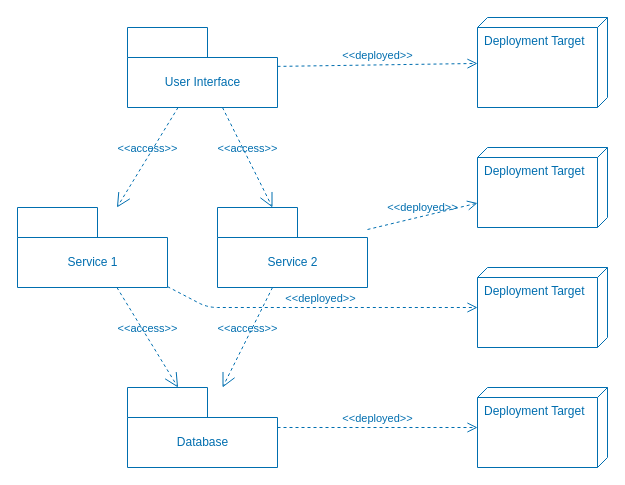
Before: diagrams/Architecture_Service_Based.drawio in ucudal/ANDIS_Conceptos, a draw.io diagram. Source tidied: cells renumbered, new cells numbered last; positions are measured from the earlier drawing's top-left corner, leaving out a move shared by most shapes. Both pictures are drawn from the tidied source at 100%, with x=0, y=0 at pixel (17, 17).
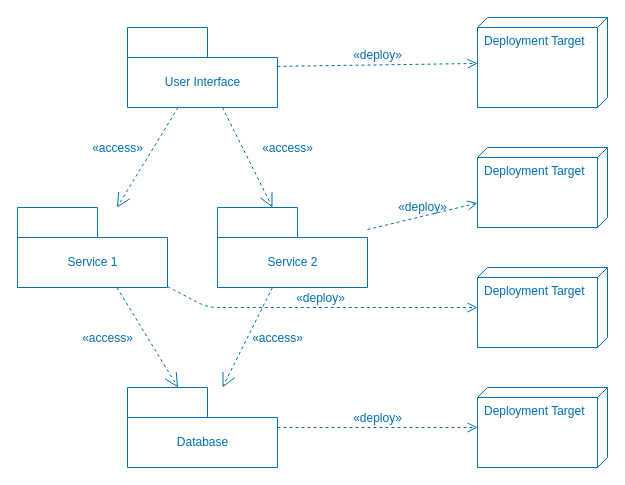
After the change.

The edit, as a diff of the source:
```diff
@@
 <mxGraphModel>
   <root>
     <mxCell id="0" />
     <mxCell id="1" parent="0" />
     <mxCell id="2" value="User Interface" style="shape=folder;fontStyle=0;tabWidth=80;tabHeight=30;tabPosition=left;html=1;boundedLbl=1;fillColor=none;fontColor=#006EAF;strokeColor=#006EAF;" parent="1" vertex="1">
       <mxGeometry x="110" y="10" width="150" height="80" as="geometry" />
     </mxCell>
     <mxCell id="3" value="Service 1" style="shape=folder;fontStyle=0;tabWidth=80;tabHeight=30;tabPosition=left;html=1;boundedLbl=1;fillColor=none;fontColor=#006EAF;strokeColor=#006EAF;" parent="1" vertex="1">
       <mxGeometry y="190" width="150" height="80" as="geometry" />
     </mxCell>
     <mxCell id="4" value="Service 2" style="shape=folder;fontStyle=0;tabWidth=80;tabHeight=30;tabPosition=left;html=1;boundedLbl=1;fillColor=none;fontColor=#006EAF;strokeColor=#006EAF;" parent="1" vertex="1">
       <mxGeometry x="200" y="190" width="150" height="80" as="geometry" />
     </mxCell>
     <mxCell id="5" value="Database" style="shape=folder;fontStyle=0;tabWidth=80;tabHeight=30;tabPosition=left;html=1;boundedLbl=1;fillColor=none;fontColor=#006EAF;strokeColor=#006EAF;" parent="1" vertex="1">
       <mxGeometry x="110" y="370" width="150" height="80" as="geometry" />
     </mxCell>
-    <mxCell id="6" value="&amp;lt;&amp;lt;access&amp;gt;&amp;gt;" style="edgeStyle=none;html=1;endArrow=open;endSize=12;dashed=1;verticalAlign=bottom;fontColor=#006EAF;fillColor=#1ba1e2;strokeColor=#006EAF;labelBackgroundColor=none;" parent="1" edge="1" source="2" target="3">
-      <mxGeometry relative="1" as="geometry" />
+    <mxCell id="6" value="&lt;span style=&quot;font-size: 12px;&quot;&gt;«access»&lt;/span&gt;" style="edgeStyle=none;html=1;endArrow=open;endSize=12;dashed=1;verticalAlign=bottom;fontColor=#006EAF;fillColor=#1ba1e2;strokeColor=#006EAF;labelBackgroundColor=none;" parent="1" edge="1" source="2" target="3">
+      <mxGeometry x="0.27" y="-26" relative="1" as="geometry" />
     </mxCell>
-    <mxCell id="7" value="&amp;lt;&amp;lt;access&amp;gt;&amp;gt;" style="edgeStyle=none;html=1;endArrow=open;endSize=12;dashed=1;verticalAlign=bottom;fontColor=#006EAF;fillColor=#1ba1e2;strokeColor=#006EAF;labelBackgroundColor=none;" parent="1" edge="1" source="3" target="5">
-      <mxGeometry relative="1" as="geometry" />
+    <mxCell id="7" value="&lt;span style=&quot;font-size: 12px;&quot;&gt;«access»&lt;/span&gt;" style="edgeStyle=none;html=1;endArrow=open;endSize=12;dashed=1;verticalAlign=bottom;fontColor=#006EAF;fillColor=#1ba1e2;strokeColor=#006EAF;labelBackgroundColor=none;" parent="1" edge="1" source="3" target="5">
+      <mxGeometry x="-0.21" y="-39" relative="1" as="geometry" />
     </mxCell>
-    <mxCell id="8" value="&amp;lt;&amp;lt;access&amp;gt;&amp;gt;" style="edgeStyle=none;html=1;endArrow=open;endSize=12;dashed=1;verticalAlign=bottom;fontColor=#006EAF;fillColor=#1ba1e2;strokeColor=#006EAF;labelBackgroundColor=none;" parent="1" edge="1" source="4" target="5">
-      <mxGeometry relative="1" as="geometry" />
+    <mxCell id="8" value="&lt;span style=&quot;font-size: 12px;&quot;&gt;«access»&lt;/span&gt;" style="edgeStyle=none;html=1;endArrow=open;endSize=12;dashed=1;verticalAlign=bottom;fontColor=#006EAF;fillColor=#1ba1e2;strokeColor=#006EAF;labelBackgroundColor=none;" parent="1" edge="1" source="4" target="5">
+      <mxGeometry x="-0.08" y="31" relative="1" as="geometry">
+        <mxPoint y="1" as="offset" />
+      </mxGeometry>
     </mxCell>
     <mxCell id="9" value="Deployment Target" style="verticalAlign=top;align=left;shape=cube;size=10;direction=south;fontStyle=0;html=1;boundedLbl=1;spacingLeft=5;fontColor=#006EAF;fillColor=none;strokeColor=#006EAF;" parent="1" vertex="1">
       <mxGeometry x="460" width="130" height="90" as="geometry" />
     </mxCell>
-    <mxCell id="10" value="&amp;lt;&amp;lt;deployed&amp;gt;&amp;gt;" style="endArrow=open;startArrow=none;endFill=0;startFill=0;endSize=8;html=1;verticalAlign=bottom;dashed=1;labelBackgroundColor=none;fontColor=#006EAF;fillColor=#1ba1e2;strokeColor=#006EAF;" parent="1" edge="1" source="2" target="9">
+    <mxCell id="10" value="&lt;span style=&quot;font-size: 12px;&quot;&gt;«deploy»&lt;/span&gt;" style="endArrow=open;startArrow=none;endFill=0;startFill=0;endSize=8;html=1;verticalAlign=bottom;dashed=1;labelBackgroundColor=none;fontColor=#006EAF;fillColor=#1ba1e2;strokeColor=#006EAF;" parent="1" edge="1" source="2" target="9">
       <mxGeometry relative="1" as="geometry" />
     </mxCell>
-    <mxCell id="11" value="&amp;lt;&amp;lt;deployed&amp;gt;&amp;gt;" style="endArrow=open;startArrow=none;endFill=0;startFill=0;endSize=8;html=1;verticalAlign=bottom;dashed=1;labelBackgroundColor=none;fontColor=#006EAF;fillColor=#1ba1e2;strokeColor=#006EAF;" parent="1" edge="1" source="3" target="13">
+    <mxCell id="11" value="&lt;span style=&quot;font-size: 12px;&quot;&gt;«deploy»&lt;/span&gt;" style="endArrow=open;startArrow=none;endFill=0;startFill=0;endSize=8;html=1;verticalAlign=bottom;dashed=1;labelBackgroundColor=none;fontColor=#006EAF;fillColor=#1ba1e2;strokeColor=#006EAF;" parent="1" edge="1" source="3" target="13">
       <mxGeometry relative="1" as="geometry">
         <Array as="points">
           <mxPoint x="190" y="290" />
         </Array>
       </mxGeometry>
     </mxCell>
-    <mxCell id="12" value="&amp;lt;&amp;lt;deployed&amp;gt;&amp;gt;" style="endArrow=open;startArrow=none;endFill=0;startFill=0;endSize=8;html=1;verticalAlign=bottom;dashed=1;labelBackgroundColor=none;fontColor=#006EAF;fillColor=#1ba1e2;strokeColor=#006EAF;" parent="1" edge="1" source="4" target="17">
+    <mxCell id="12" value="&lt;span style=&quot;font-size: 12px;&quot;&gt;«deploy»&lt;/span&gt;" style="endArrow=open;startArrow=none;endFill=0;startFill=0;endSize=8;html=1;verticalAlign=bottom;dashed=1;labelBackgroundColor=none;fontColor=#006EAF;fillColor=#1ba1e2;strokeColor=#006EAF;" parent="1" edge="1" source="4" target="17">
       <mxGeometry relative="1" as="geometry" />
     </mxCell>
     <mxCell id="13" value="Deployment Target" style="verticalAlign=top;align=left;shape=cube;size=10;direction=south;fontStyle=0;html=1;boundedLbl=1;spacingLeft=5;fontColor=#006EAF;fillColor=none;strokeColor=#006EAF;" parent="1" vertex="1">
       <mxGeometry x="460" y="250" width="130" height="80" as="geometry" />
     </mxCell>
     <mxCell id="14" value="Deployment Target" style="verticalAlign=top;align=left;shape=cube;size=10;direction=south;fontStyle=0;html=1;boundedLbl=1;spacingLeft=5;fontColor=#006EAF;fillColor=none;strokeColor=#006EAF;" parent="1" vertex="1">
       <mxGeometry x="460" y="370" width="130" height="80" as="geometry" />
     </mxCell>
-    <mxCell id="15" value="&amp;lt;&amp;lt;access&amp;gt;&amp;gt;" style="edgeStyle=none;html=1;endArrow=open;endSize=12;dashed=1;verticalAlign=bottom;fontColor=#006EAF;fillColor=#1ba1e2;strokeColor=#006EAF;labelBackgroundColor=none;" parent="1" edge="1" source="2" target="4">
-      <mxGeometry relative="1" as="geometry" />
+    <mxCell id="15" value="&lt;span style=&quot;font-size: 12px;&quot;&gt;«access»&lt;/span&gt;" style="edgeStyle=none;html=1;endArrow=open;endSize=12;dashed=1;verticalAlign=bottom;fontColor=#006EAF;fillColor=#1ba1e2;strokeColor=#006EAF;labelBackgroundColor=none;" parent="1" edge="1" source="2" target="4">
+      <mxGeometry x="0.32" y="36" relative="1" as="geometry" />
     </mxCell>
-    <mxCell id="16" value="&amp;lt;&amp;lt;deployed&amp;gt;&amp;gt;" style="endArrow=open;startArrow=none;endFill=0;startFill=0;endSize=8;html=1;verticalAlign=bottom;dashed=1;labelBackgroundColor=none;fontColor=#006EAF;fillColor=#1ba1e2;strokeColor=#006EAF;" parent="1" edge="1" source="5" target="14">
+    <mxCell id="16" value="&lt;span style=&quot;font-size: 12px;&quot;&gt;«deploy»&lt;/span&gt;" style="endArrow=open;startArrow=none;endFill=0;startFill=0;endSize=8;html=1;verticalAlign=bottom;dashed=1;labelBackgroundColor=none;fontColor=#006EAF;fillColor=#1ba1e2;strokeColor=#006EAF;" parent="1" edge="1" source="5" target="14">
       <mxGeometry relative="1" as="geometry" />
     </mxCell>
     <mxCell id="17" value="Deployment Target" style="verticalAlign=top;align=left;shape=cube;size=10;direction=south;fontStyle=0;html=1;boundedLbl=1;spacingLeft=5;fontColor=#006EAF;fillColor=none;strokeColor=#006EAF;" parent="1" vertex="1">
       <mxGeometry x="460" y="130" width="130" height="80" as="geometry" />
     </mxCell>
   </root>
 </mxGraphModel>
```
